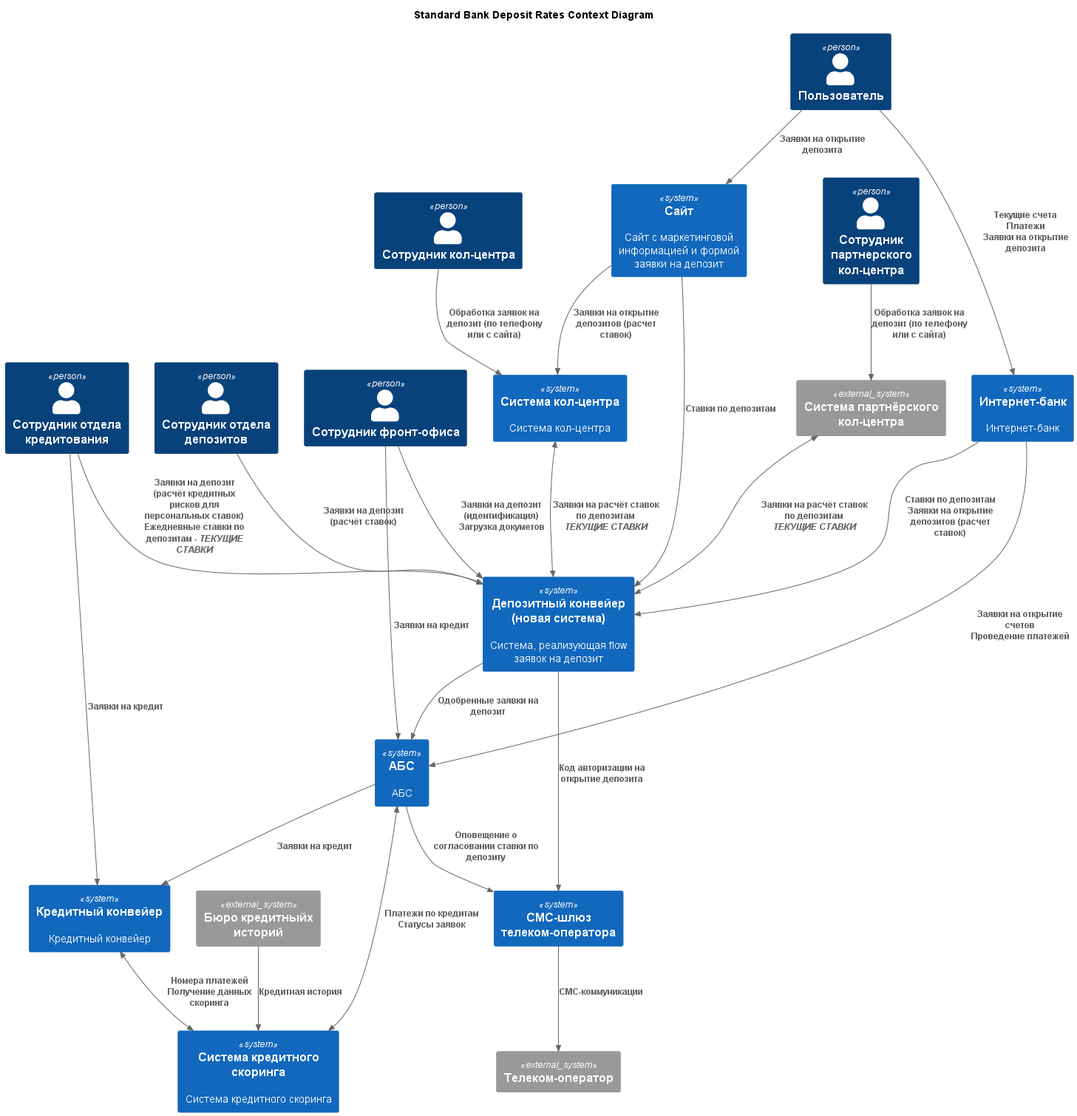
Before: schemas/png/Task4/StandardContext.png, a diagram exported from PlantUML (El-76/architect-standard).
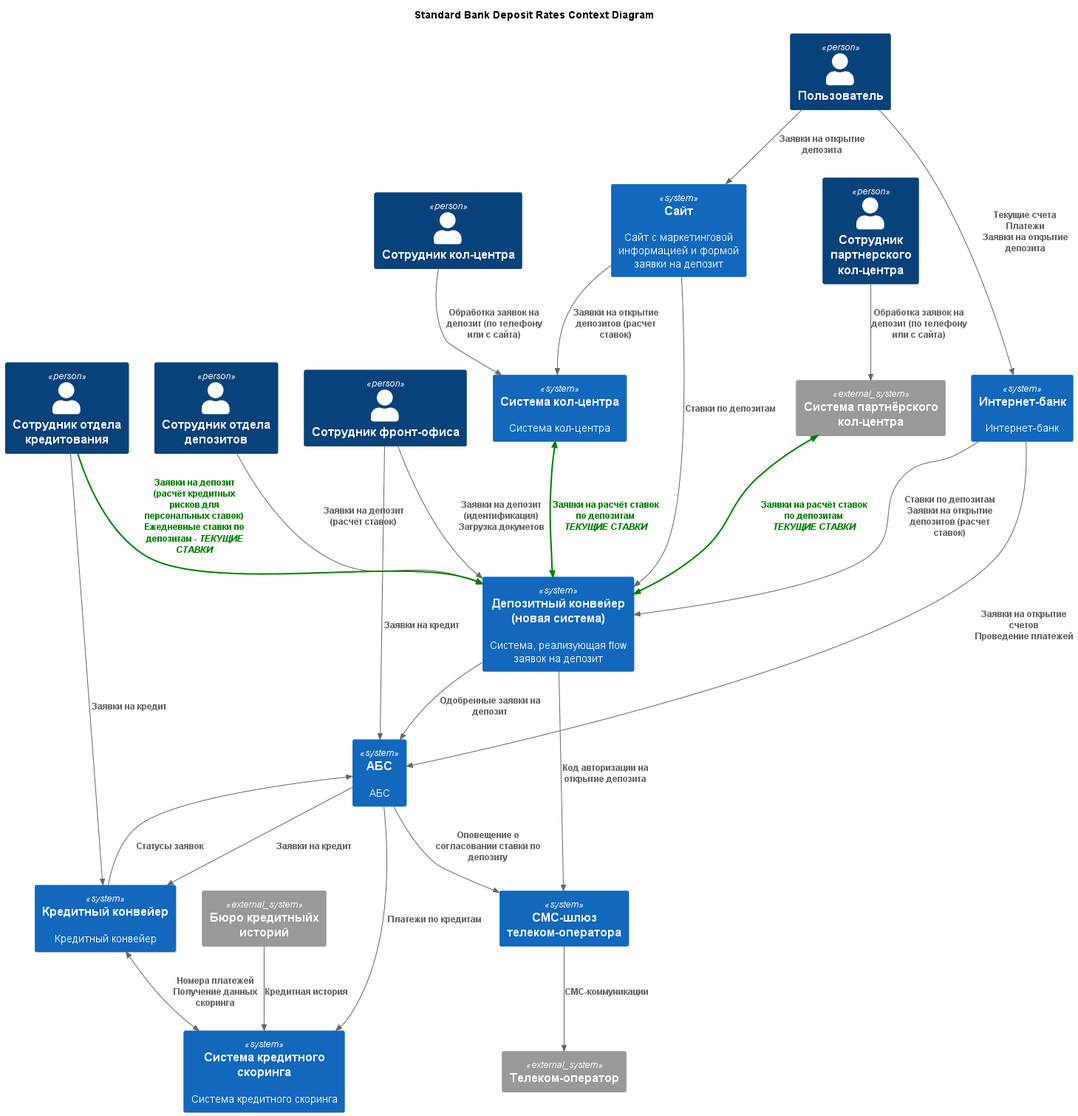
After the change.

Commit message:
Regenerate pngs

Change to the diagram source:
```diff
@@ -24,13 +24,15 @@
 System_Ext(CreditHistoryBureau, "Бюро кредитныйх историй")
 System_Ext(CellularOperator, "Телеком-оператор")
 
+AddRelTag("rates_flow", $lineColor="green", $textColor="green", $lineStyle=BoldLine())
+
 Rel(Customer, WebSite, "Заявки на открытие депозита")
 Rel(Customer, InternetBank, "Текущие счета\nПлатежи\nЗаявки на открытие депозита")
 
 Rel(FrontOfficeEmployee, DepositConveyor, "Заявки на депозит (идентификация)\nЗагрузка докуметов")
 Rel(FrontOfficeEmployee, ABS, "Заявки на кредит")
 Rel(DepositBackOfficeEmployee, DepositConveyor, "Заявки на депозит (расчёт ставок)")
-Rel(CreditBackOfficeEmployee, DepositConveyor, "Заявки на депозит (расчёт кредитных рисков для персональных ставок)\nЕжедневные ставки по депозитам - <i>ТЕКУЩИЕ СТАВКИ</i>")
+Rel(CreditBackOfficeEmployee, DepositConveyor, "Заявки на депозит (расчёт кредитных рисков для персональных ставок)\nЕжедневные ставки по депозитам - <i>ТЕКУЩИЕ СТАВКИ</i>", $tags=rates_flow)
 Rel(CreditBackOfficeEmployee, CreditConveyor, "Заявки на кредит")
 Rel(CallCenterEmployee, CRM, "Обработка заявок на депозит (по телефону или с сайта)")
 Rel(PartnerCallCenterEmployee, PartnerCRM, "Обработка заявок на депозит (по телефону или с сайта)")
@@ -47,13 +49,14 @@
 Rel(DepositConveyor, ABS, "Одобренные заявки на депозит")
 
 Rel(ABS, CreditConveyor, "Заявки на кредит")
-BiRel(ABS, CreditScoring, "Платежи по кредитам\nСтатусы заявок")
+Rel(ABS, CreditScoring, "Платежи по кредитам")
+Rel(CreditConveyor, ABS, "Статусы заявок")
 BiRel(CreditConveyor, CreditScoring, "Номера платежей\nПолучение данных скоринга")
 
 Rel(CreditHistoryBureau, CreditScoring, "Кредитная история")
 
-BiRel(CRM, DepositConveyor, "Заявки на расчёт ставок по депозитам\n<i>ТЕКУЩИЕ СТАВКИ</i>")
-BiRel(PartnerCRM, DepositConveyor, "Заявки на расчёт ставок по депозитам\n<i>ТЕКУЩИЕ СТАВКИ</i>")
+BiRel(CRM, DepositConveyor, "Заявки на расчёт ставок по депозитам\n<i>ТЕКУЩИЕ СТАВКИ</i>", $tags=rates_flow)
+BiRel(PartnerCRM, DepositConveyor, "Заявки на расчёт ставок по депозитам\n<i>ТЕКУЩИЕ СТАВКИ</i>", $tags=rates_flow)
 
 Rel(SMSGateway, CellularOperator, "СМС-коммуникации")
 
```
